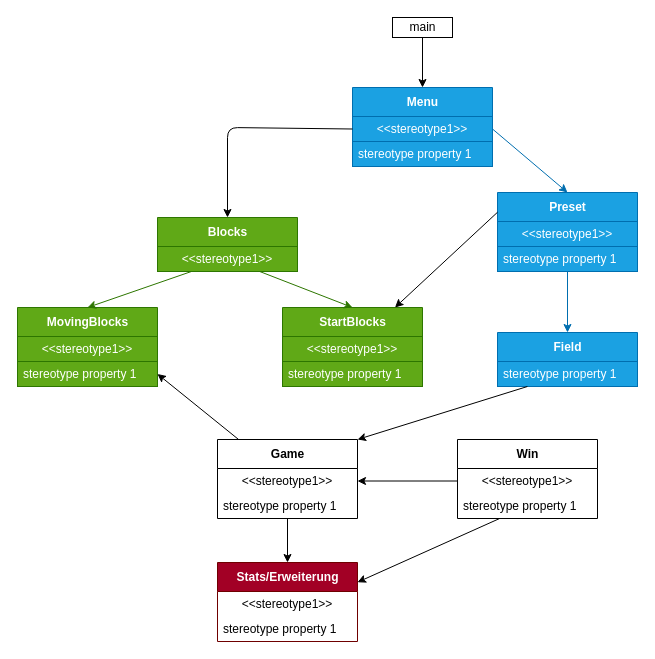
Above: uml.drawio in lucaladerer/MondrianBlocksProject (draw.io), before the change. Source tidied: cells renumbered, new cells numbered last; positions are measured from the earlier drawing's top-left corner, leaving out a move shared by most shapes. Both pictures are drawn from the tidied source at 100%, with x=0, y=0 at pixel (17, 17).
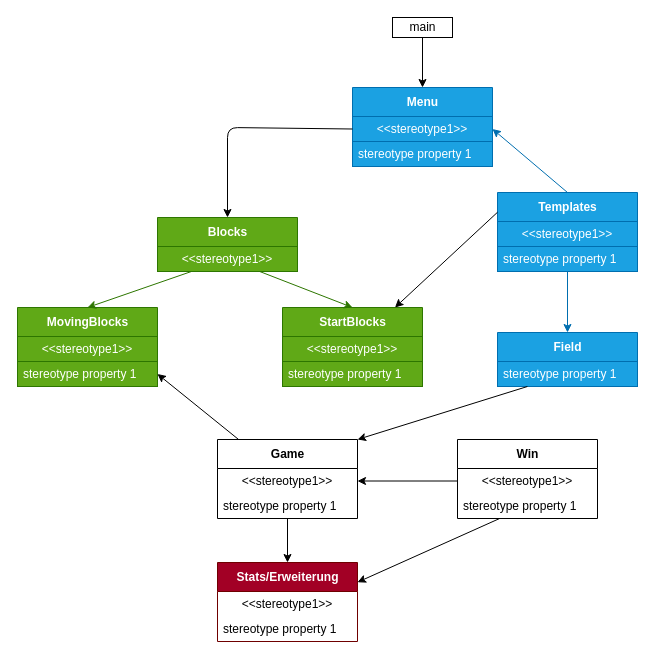
The same page after the edit.

Unchanged cells that the change refers to:
```xml
<mxCell id="7" value="&amp;lt;&amp;lt;stereotype1&amp;gt;&amp;gt;" style="text;html=1;strokeColor=#006EAF;fillColor=#1ba1e2;align=center;verticalAlign=middle;spacingLeft=4;spacingRight=4;overflow=hidden;points=[[0,0.5],[1,0.5]];portConstraint=eastwest;fontColor=#ffffff;" parent="6" vertex="1">
  <mxGeometry y="29" width="140" height="25" as="geometry" />
</mxCell>
```

What changed in the source:
```diff
@@
-    <mxCell id="21" value="Preset" style="swimlane;fontStyle=1;align=center;verticalAlign=middle;horizontal=1;startSize=29;html=1;fillColor=#1ba1e2;fontColor=#ffffff;strokeColor=#006EAF;" parent="1" vertex="1">
+    <mxCell id="21" value="Templates" style="swimlane;fontStyle=1;align=center;verticalAlign=middle;horizontal=1;startSize=29;html=1;fillColor=#1ba1e2;fontColor=#ffffff;strokeColor=#006EAF;" parent="1" vertex="1">
       <mxGeometry x="480" y="175" width="140" height="79" as="geometry" />
     </mxCell>
@@
-    <mxCell id="36" style="edgeStyle=none;html=1;exitX=1;exitY=0.5;exitDx=0;exitDy=0;entryX=0.5;entryY=0;entryDx=0;entryDy=0;fillColor=#1ba1e2;strokeColor=#006EAF;" parent="1" edge="1" source="7" target="21">
+    <mxCell id="36" style="edgeStyle=none;html=1;exitX=0.5;exitY=0;exitDx=0;exitDy=0;fillColor=#1ba1e2;strokeColor=#006EAF;entryX=1;entryY=0.5;entryDx=0;entryDy=0;" parent="1" edge="1" source="21" target="7">
       <mxGeometry relative="1" as="geometry" />
     </mxCell>
```
